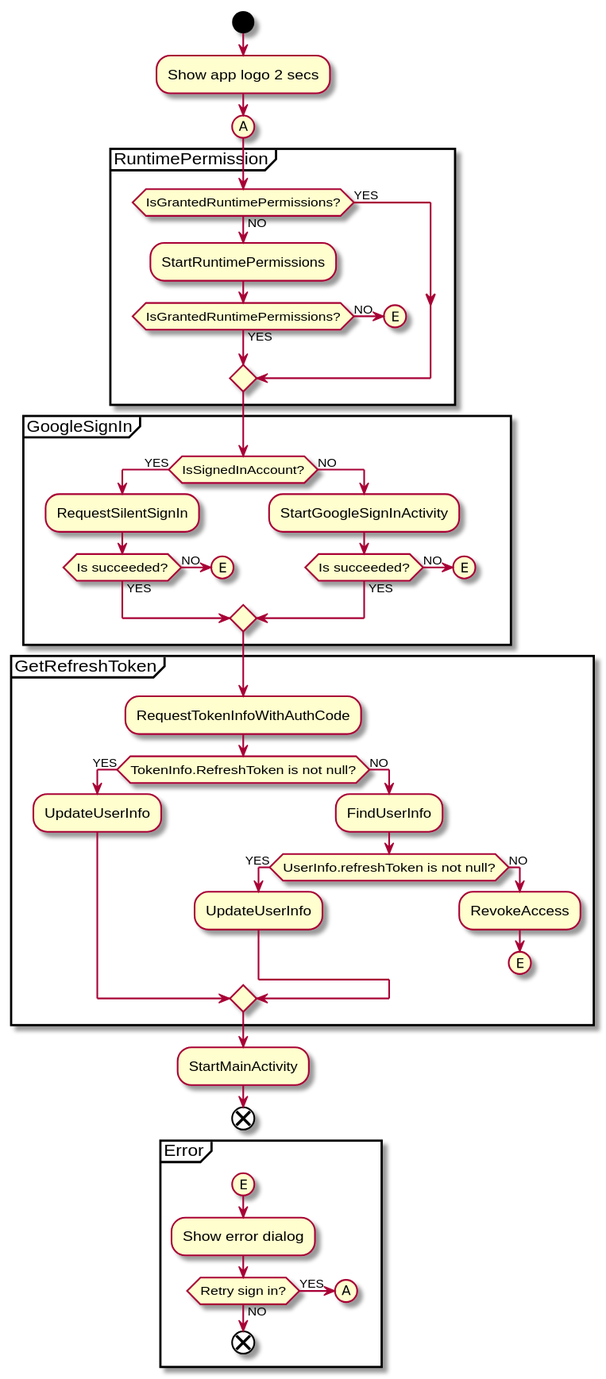
Earlier version of the PlantUML export uml/splash/activity_diagram_splash.svg (sallyluenoa/PhotoSlideShow). The source it was exported from:
```plantuml
@startuml
start
:Show app logo 2 secs;

(A)
partition RuntimePermission {
  if (IsGrantedRuntimePermissions?) then (YES)
  else (NO)
    :StartRuntimePermissions;

    if (IsGrantedRuntimePermissions?) then (YES)
    else (NO)
      (E)
      detach
    endif
  endif
}

partition GoogleSignIn {
  if (IsSignedInAccount?) then (YES)
    :RequestSilentSignIn;

    if (Is succeeded?) then (YES)
    else (NO)
      (E)
      detach
    endif

  else (NO)
    :StartGoogleSignInActivity;

    if (Is succeeded?) then (YES)
    else (NO)
      (E)
      detach
    endif

  endif
}

partition GetRefreshToken {
  :RequestTokenInfoWithAuthCode;

  if (TokenInfo.RefreshToken is not null?) then (YES)
    :UpdateUserInfo;
  else (NO)
    :FindUserInfo;
    if (UserInfo.refreshToken is not null?) then (YES)
      :UpdateUserInfo;
    else (NO)
      :RevokeAccess;
      (E)
      detach
    endif
  endif
}

:StartMainActivity;
end

partition Error {
  (E)
  :Show error dialog;
  if (Retry sign in?) then (YES)
    (A)
  else (NO)
    end
  endif
}
@enduml
```
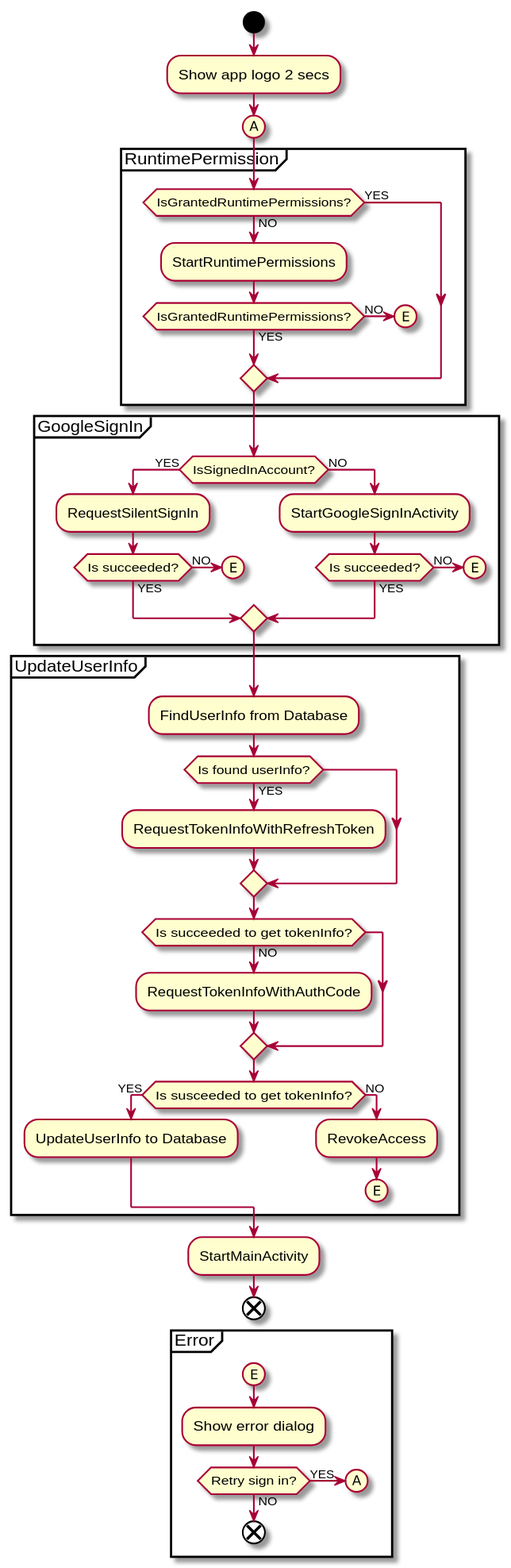
The same diagram one commit later.

What changed in the source:
```diff
@@ -38,20 +38,23 @@
   endif
 }
 
-partition GetRefreshToken {
-  :RequestTokenInfoWithAuthCode;
+partition UpdateUserInfo {
+  :FindUserInfo from Database;
 
-  if (TokenInfo.RefreshToken is not null?) then (YES)
-    :UpdateUserInfo;
+  if (Is found userInfo?) then (YES)
+    :RequestTokenInfoWithRefreshToken;
+  endif
+
+  if (Is succeeded to get tokenInfo?) then (NO)
+    :RequestTokenInfoWithAuthCode;
+  endif
+
+  if (Is susceeded to get tokenInfo?) then (YES)
+    :UpdateUserInfo to Database;
   else (NO)
-    :FindUserInfo;
-    if (UserInfo.refreshToken is not null?) then (YES)
-      :UpdateUserInfo;
-    else (NO)
-      :RevokeAccess;
-      (E)
-      detach
-    endif
+    :RevokeAccess;
+    (E)
+    detach
   endif
 }
 
```
